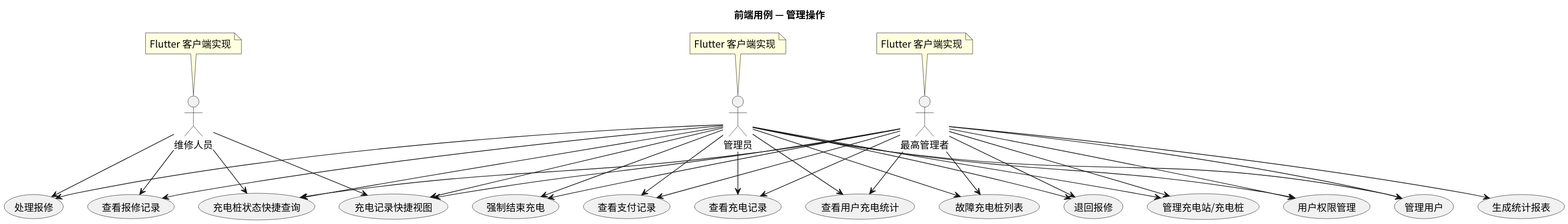
This is usecase/docs/frontend/img/frontend_admin_usecases.svg from greenhandzdl/charging-station-doc, a PlantUML export, as it was before one commit.
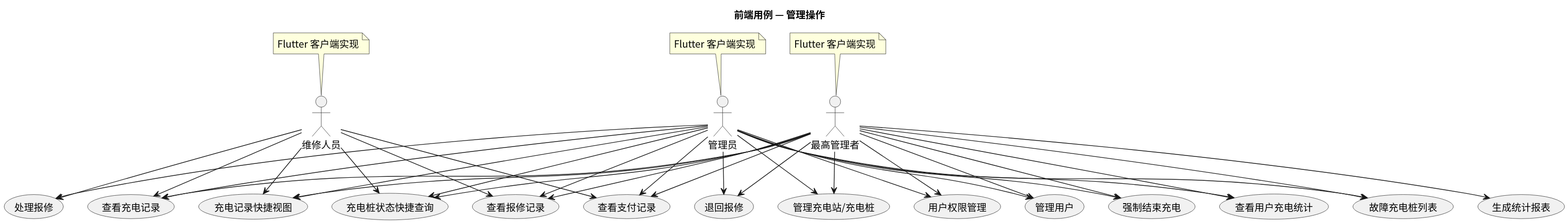
After the commit.

Change to the diagram source:
```diff
@@ -42,8 +42,11 @@
 A --> FCL
 SA --> FCL
 SA --> RR
+SA --> VR
 M --> HR
 M --> VR
+M --> VPR
+M --> VCR
 M --> QV
 M --> QC
 SA --> MM
```
